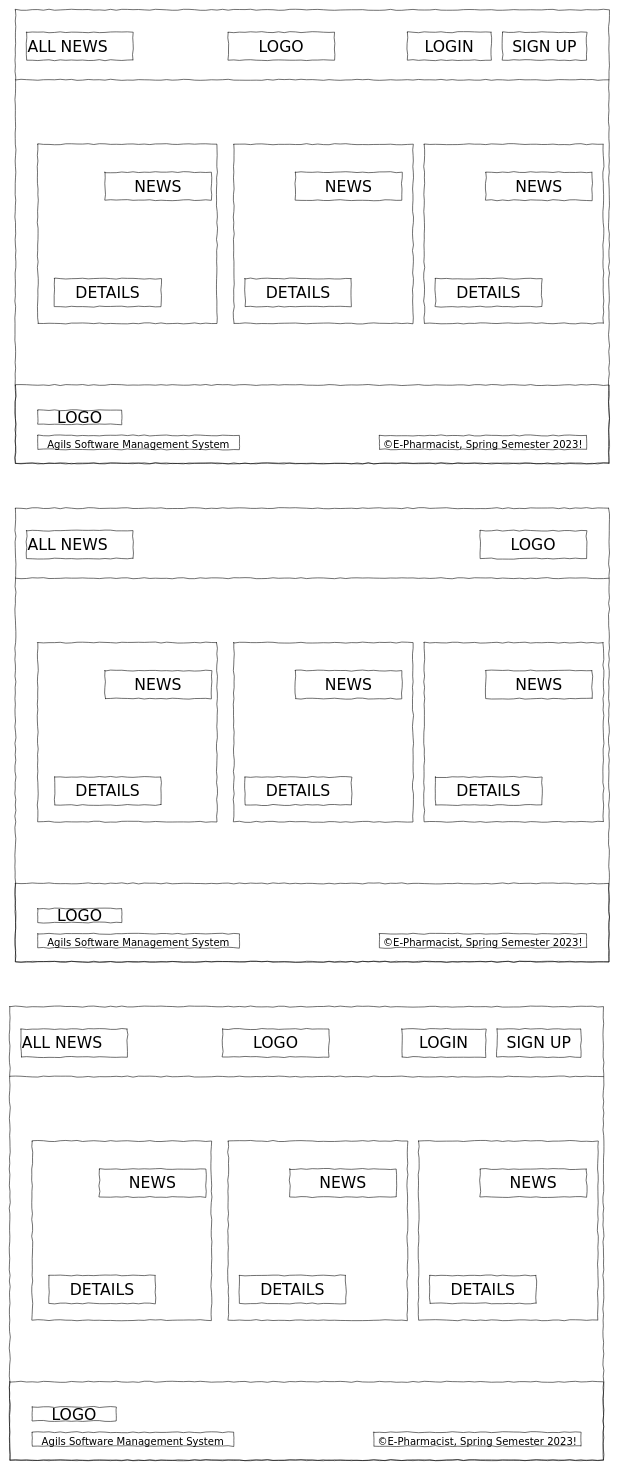
pemachozom/E-Pharmacy keeps this draw.io diagram as WireFrames/wireframe for patients/user .drawio. Above is the earlier version. Source tidied: cells renumbered, new cells numbered last; positions are measured from the earlier drawing's top-left corner, leaving out a move shared by most shapes. Both pictures are drawn from the tidied source at 56%, with x=0, y=0 at pixel (10, 10).
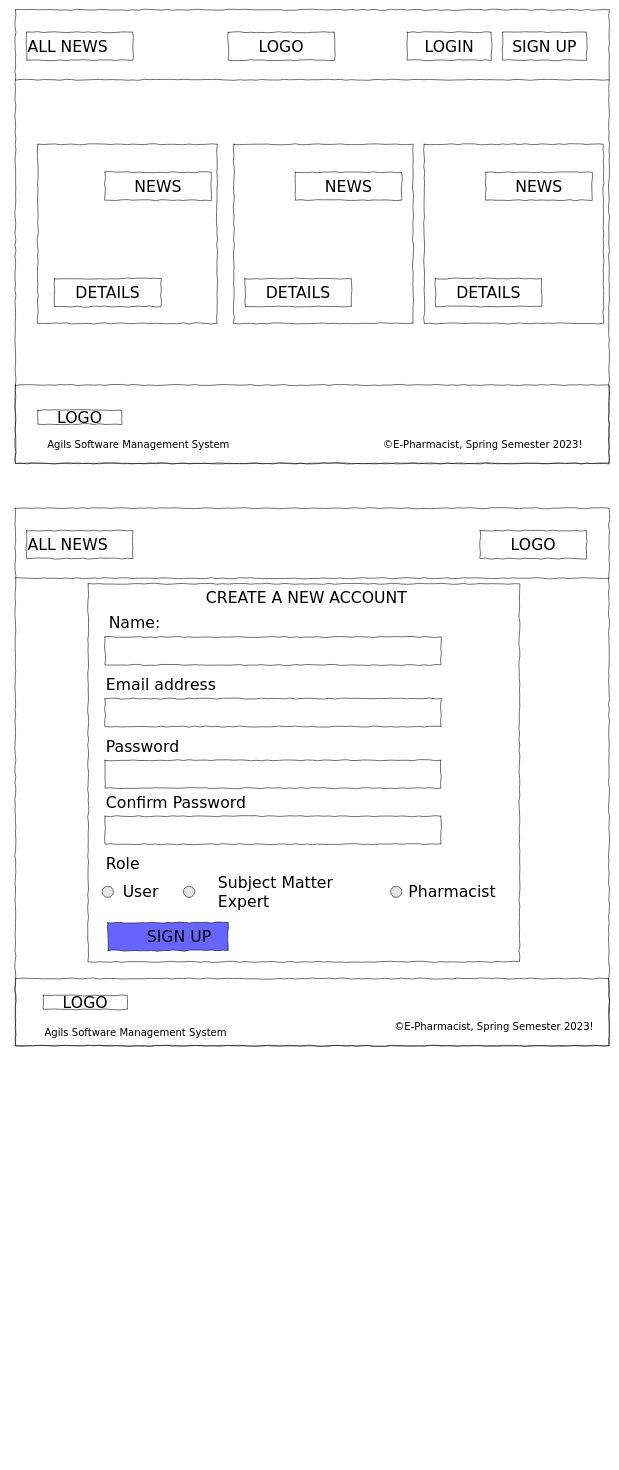
After the change.

Commit message (it also covers changes not shown here):
Update wireframe for patients/user .drawio

The edit, as a diff of the source:
```diff
@@
-    <mxCell id="19" value="&lt;font style=&quot;font-size: 18px;&quot;&gt;Agils Software Management System&lt;/font&gt;" style="whiteSpace=wrap;html=1;rounded=0;shadow=0;labelBackgroundColor=none;strokeWidth=1;fontFamily=Verdana;fontSize=28;align=center;comic=1;" parent="1" vertex="1">
+    <mxCell id="19" value="&lt;font style=&quot;font-size: 18px;&quot;&gt;Agils Software Management System&lt;/font&gt;" style="whiteSpace=wrap;html=1;rounded=0;shadow=0;labelBackgroundColor=none;strokeWidth=1;fontFamily=Verdana;fontSize=28;align=center;comic=1;strokeColor=none;" parent="1" vertex="1">
       <mxGeometry x="50" y="760" width="360" height="25" as="geometry" />
     </mxCell>
-    <mxCell id="20" value="&lt;font style=&quot;font-size: 18px;&quot;&gt;©E-Pharmacist, Spring Semester 2023!&lt;/font&gt;" style="whiteSpace=wrap;html=1;rounded=0;shadow=0;labelBackgroundColor=none;strokeWidth=1;fontFamily=Verdana;fontSize=28;align=center;comic=1;" parent="1" vertex="1">
+    <mxCell id="20" value="&lt;font style=&quot;font-size: 18px;&quot;&gt;©E-Pharmacist, Spring Semester 2023!&lt;/font&gt;" style="whiteSpace=wrap;html=1;rounded=0;shadow=0;labelBackgroundColor=none;strokeWidth=1;fontFamily=Verdana;fontSize=28;align=center;comic=1;strokeColor=none;" parent="1" vertex="1">
       <mxGeometry x="660" y="760" width="370" height="25" as="geometry" />
     </mxCell>
     <mxCell id="21" style="whiteSpace=wrap;html=1;rounded=0;shadow=0;labelBackgroundColor=none;strokeColor=#000000;strokeWidth=1;fillColor=none;fontFamily=Verdana;fontSize=12;fontColor=#000000;align=center;comic=1;" parent="1" vertex="1">
-      <mxGeometry x="10" y="890" width="1060" height="810" as="geometry" />
+      <mxGeometry x="10" y="890" width="1060" height="960" as="geometry" />
     </mxCell>
@@
-    <mxCell id="23" style="whiteSpace=wrap;html=1;rounded=0;shadow=0;labelBackgroundColor=none;strokeWidth=1;fillColor=none;fontFamily=Verdana;fontSize=12;align=center;comic=1;" parent="1" vertex="1">
-      <mxGeometry x="50" y="1130" width="320" height="320" as="geometry" />
-    </mxCell>
@@
     <mxCell id="25" value="&lt;div style=&quot;text-align: justify&quot;&gt;&lt;br&gt;&lt;/div&gt;" style="whiteSpace=wrap;html=1;rounded=0;shadow=0;labelBackgroundColor=none;strokeWidth=1;fillColor=none;fontFamily=Verdana;fontSize=12;align=center;verticalAlign=top;spacing=10;comic=1;" parent="1" vertex="1">
-      <mxGeometry x="10" y="1560" width="1060" height="140" as="geometry" />
+      <mxGeometry x="10" y="1730" width="1060" height="120" as="geometry" />
     </mxCell>
-    <mxCell id="26" style="whiteSpace=wrap;html=1;rounded=0;shadow=0;labelBackgroundColor=none;strokeWidth=1;fillColor=none;fontFamily=Verdana;fontSize=12;align=center;comic=1;" parent="1" vertex="1">
-      <mxGeometry x="740" y="1130" width="320" height="320" as="geometry" />
-    </mxCell>
@@
     <mxCell id="28" style="whiteSpace=wrap;html=1;rounded=0;shadow=0;labelBackgroundColor=none;strokeWidth=1;fillColor=none;fontFamily=Verdana;fontSize=12;align=center;comic=1;" parent="1" vertex="1">
-      <mxGeometry x="400" y="1130" width="320" height="320" as="geometry" />
+      <mxGeometry x="140" y="1025" width="770" height="675" as="geometry" />
     </mxCell>
-    <mxCell id="29" value="NEWS" style="whiteSpace=wrap;html=1;rounded=0;shadow=0;labelBackgroundColor=none;strokeWidth=1;fontFamily=Verdana;fontSize=28;align=center;comic=1;" parent="1" vertex="1">
-      <mxGeometry x="170" y="1180" width="190" height="50" as="geometry" />
-    </mxCell>
-    <mxCell id="30" value="DETAILS" style="whiteSpace=wrap;html=1;rounded=0;shadow=0;labelBackgroundColor=none;strokeWidth=1;fontFamily=Verdana;fontSize=28;align=center;comic=1;" parent="1" vertex="1">
-      <mxGeometry x="80" y="1370" width="190" height="50" as="geometry" />
-    </mxCell>
-    <mxCell id="31" value="NEWS" style="whiteSpace=wrap;html=1;rounded=0;shadow=0;labelBackgroundColor=none;strokeWidth=1;fontFamily=Verdana;fontSize=28;align=center;comic=1;" parent="1" vertex="1">
-      <mxGeometry x="510" y="1180" width="190" height="50" as="geometry" />
+    <mxCell id="31" value="CREATE A NEW ACCOUNT" style="whiteSpace=wrap;html=1;rounded=0;shadow=0;labelBackgroundColor=none;strokeWidth=1;fontFamily=Verdana;fontSize=28;align=center;comic=1;strokeColor=none;" parent="1" vertex="1">
+      <mxGeometry x="270" y="1030" width="520" height="40" as="geometry" />
     </mxCell>
-    <mxCell id="32" value="DETAILS" style="whiteSpace=wrap;html=1;rounded=0;shadow=0;labelBackgroundColor=none;strokeWidth=1;fontFamily=Verdana;fontSize=28;align=center;comic=1;" parent="1" vertex="1">
-      <mxGeometry x="420" y="1370" width="190" height="50" as="geometry" />
-    </mxCell>
-    <mxCell id="33" value="NEWS" style="whiteSpace=wrap;html=1;rounded=0;shadow=0;labelBackgroundColor=none;strokeWidth=1;fontFamily=Verdana;fontSize=28;align=center;comic=1;" parent="1" vertex="1">
-      <mxGeometry x="850" y="1180" width="190" height="50" as="geometry" />
-    </mxCell>
-    <mxCell id="34" value="DETAILS" style="whiteSpace=wrap;html=1;rounded=0;shadow=0;labelBackgroundColor=none;strokeWidth=1;fontFamily=Verdana;fontSize=28;align=center;comic=1;" parent="1" vertex="1">
-      <mxGeometry x="760" y="1370" width="190" height="50" as="geometry" />
-    </mxCell>
     <mxCell id="35" value="LOGO" style="whiteSpace=wrap;html=1;rounded=0;shadow=0;labelBackgroundColor=none;strokeWidth=1;fontFamily=Verdana;fontSize=28;align=center;comic=1;" parent="1" vertex="1">
-      <mxGeometry x="50" y="1605" width="150" height="25" as="geometry" />
+      <mxGeometry x="60" y="1760" width="150" height="25" as="geometry" />
     </mxCell>
-    <mxCell id="36" value="&lt;font style=&quot;font-size: 18px;&quot;&gt;Agils Software Management System&lt;/font&gt;" style="whiteSpace=wrap;html=1;rounded=0;shadow=0;labelBackgroundColor=none;strokeWidth=1;fontFamily=Verdana;fontSize=28;align=center;comic=1;" parent="1" vertex="1">
-      <mxGeometry x="50" y="1650" width="360" height="25" as="geometry" />
+    <mxCell id="36" value="&lt;font style=&quot;font-size: 18px;&quot;&gt;Agils Software Management System&lt;/font&gt;" style="whiteSpace=wrap;html=1;rounded=0;shadow=0;labelBackgroundColor=none;strokeWidth=1;fontFamily=Verdana;fontSize=28;align=center;comic=1;strokeColor=none;" parent="1" vertex="1">
+      <mxGeometry x="45" y="1810" width="360" height="25" as="geometry" />
     </mxCell>
-    <mxCell id="37" value="&lt;font style=&quot;font-size: 18px;&quot;&gt;©E-Pharmacist, Spring Semester 2023!&lt;/font&gt;" style="whiteSpace=wrap;html=1;rounded=0;shadow=0;labelBackgroundColor=none;strokeWidth=1;fontFamily=Verdana;fontSize=28;align=center;comic=1;" parent="1" vertex="1">
-      <mxGeometry x="660" y="1650" width="370" height="25" as="geometry" />
+    <mxCell id="37" value="&lt;font style=&quot;font-size: 18px;&quot;&gt;©E-Pharmacist, Spring Semester 2023!&lt;/font&gt;" style="whiteSpace=wrap;html=1;rounded=0;shadow=0;labelBackgroundColor=none;strokeWidth=1;fontFamily=Verdana;fontSize=28;align=center;comic=1;strokeColor=none;" parent="1" vertex="1">
+      <mxGeometry x="680" y="1800" width="370" height="25" as="geometry" />
     </mxCell>
-    <mxCell id="38" style="whiteSpace=wrap;html=1;rounded=0;shadow=0;labelBackgroundColor=none;strokeColor=#000000;strokeWidth=1;fillColor=none;fontFamily=Verdana;fontSize=12;fontColor=#000000;align=center;comic=1;" parent="1" vertex="1">
-      <mxGeometry y="1780" width="1060" height="810" as="geometry" />
-    </mxCell>
-    <mxCell id="39" value="ALL NEWS" style="whiteSpace=wrap;html=1;rounded=0;shadow=0;labelBackgroundColor=none;strokeWidth=1;fontFamily=Verdana;fontSize=28;align=left;comic=1;" parent="1" vertex="1">
-      <mxGeometry x="20" y="1820" width="190" height="50" as="geometry" />
-    </mxCell>
-    <mxCell id="40" style="whiteSpace=wrap;html=1;rounded=0;shadow=0;labelBackgroundColor=none;strokeWidth=1;fillColor=none;fontFamily=Verdana;fontSize=12;align=center;comic=1;" parent="1" vertex="1">
-      <mxGeometry x="40" y="2020" width="320" height="320" as="geometry" />
-    </mxCell>
-    <mxCell id="41" style="line;strokeWidth=1;html=1;rounded=0;shadow=0;labelBackgroundColor=none;fillColor=none;fontFamily=Verdana;fontSize=14;fontColor=#000000;align=center;comic=1;" parent="1" vertex="1">
-      <mxGeometry y="1900" width="1060" height="10" as="geometry" />
-    </mxCell>
-    <mxCell id="42" value="&lt;div style=&quot;text-align: justify&quot;&gt;&lt;br&gt;&lt;/div&gt;" style="whiteSpace=wrap;html=1;rounded=0;shadow=0;labelBackgroundColor=none;strokeWidth=1;fillColor=none;fontFamily=Verdana;fontSize=12;align=center;verticalAlign=top;spacing=10;comic=1;" parent="1" vertex="1">
-      <mxGeometry y="2450" width="1060" height="140" as="geometry" />
-    </mxCell>
-    <mxCell id="43" style="whiteSpace=wrap;html=1;rounded=0;shadow=0;labelBackgroundColor=none;strokeWidth=1;fillColor=none;fontFamily=Verdana;fontSize=12;align=center;comic=1;" parent="1" vertex="1">
-      <mxGeometry x="730" y="2020" width="320" height="320" as="geometry" />
-    </mxCell>
-    <mxCell id="44" value="LOGO" style="whiteSpace=wrap;html=1;rounded=0;shadow=0;labelBackgroundColor=none;strokeWidth=1;fontFamily=Verdana;fontSize=28;align=center;comic=1;" parent="1" vertex="1">
-      <mxGeometry x="380" y="1820" width="190" height="50" as="geometry" />
-    </mxCell>
+    <mxCell id="57" value="Name:" style="whiteSpace=wrap;html=1;rounded=0;shadow=0;labelBackgroundColor=none;strokeWidth=1;fontFamily=Verdana;fontSize=28;align=left;comic=1;strokeColor=none;" parent="1" vertex="1">
+      <mxGeometry x="175" y="1080" width="110" height="30" as="geometry" />
+    </mxCell>
+    <mxCell id="58" style="whiteSpace=wrap;html=1;rounded=0;shadow=0;labelBackgroundColor=none;strokeWidth=1;fontFamily=Verdana;fontSize=28;align=left;comic=1;" parent="1" vertex="1">
+      <mxGeometry x="170" y="1120" width="600" height="50" as="geometry" />
+    </mxCell>
+    <mxCell id="59" value="Email address" style="whiteSpace=wrap;html=1;rounded=0;shadow=0;labelBackgroundColor=none;strokeWidth=1;fontFamily=Verdana;fontSize=28;align=left;comic=1;strokeColor=none;" parent="1" vertex="1">
+      <mxGeometry x="170" y="1190" width="200" height="30" as="geometry" />
+    </mxCell>
+    <mxCell id="60" style="whiteSpace=wrap;html=1;rounded=0;shadow=0;labelBackgroundColor=none;strokeWidth=1;fontFamily=Verdana;fontSize=28;align=left;comic=1;" parent="1" vertex="1">
+      <mxGeometry x="170" y="1230" width="600" height="50" as="geometry" />
+    </mxCell>
+    <mxCell id="61" value="Password" style="whiteSpace=wrap;html=1;rounded=0;shadow=0;labelBackgroundColor=none;strokeWidth=1;fontFamily=Verdana;fontSize=28;align=left;comic=1;strokeColor=none;" parent="1" vertex="1">
+      <mxGeometry x="170" y="1300" width="110" height="30" as="geometry" />
+    </mxCell>
+    <mxCell id="62" style="whiteSpace=wrap;html=1;rounded=0;shadow=0;labelBackgroundColor=none;strokeWidth=1;fontFamily=Verdana;fontSize=28;align=left;comic=1;" parent="1" vertex="1">
+      <mxGeometry x="170" y="1340" width="600" height="50" as="geometry" />
+    </mxCell>
+    <mxCell id="63" value="Confirm Password" style="whiteSpace=wrap;html=1;rounded=0;shadow=0;labelBackgroundColor=none;strokeWidth=1;fontFamily=Verdana;fontSize=28;align=left;comic=1;strokeColor=none;" parent="1" vertex="1">
+      <mxGeometry x="170" y="1400" width="280" height="30" as="geometry" />
+    </mxCell>
+    <mxCell id="64" style="whiteSpace=wrap;html=1;rounded=0;shadow=0;labelBackgroundColor=none;strokeWidth=1;fontFamily=Verdana;fontSize=28;align=left;comic=1;" parent="1" vertex="1">
+      <mxGeometry x="170" y="1440" width="600" height="50" as="geometry" />
+    </mxCell>
+    <mxCell id="65" value="&lt;font style=&quot;font-size: 28px;&quot;&gt;Role&lt;/font&gt;" style="whiteSpace=wrap;html=1;rounded=0;shadow=0;labelBackgroundColor=none;strokeWidth=1;fontFamily=Verdana;fontSize=28;align=left;comic=1;strokeColor=none;" parent="1" vertex="1">
+      <mxGeometry x="170" y="1510" width="80" height="30" as="geometry" />
+    </mxCell>
-    <mxCell id="45" value="SIGN UP" style="whiteSpace=wrap;html=1;rounded=0;shadow=0;labelBackgroundColor=none;strokeWidth=1;fontFamily=Verdana;fontSize=28;align=center;comic=1;" parent="1" vertex="1">
-      <mxGeometry x="870" y="1820" width="150" height="50" as="geometry" />
+    <mxCell id="45" value="&lt;blockquote style=&quot;margin: 0 0 0 40px; border: none; padding: 0px;&quot;&gt;SIGN UP&lt;/blockquote&gt;" style="whiteSpace=wrap;html=1;rounded=0;shadow=0;labelBackgroundColor=none;strokeWidth=1;fontFamily=Verdana;fontSize=28;align=center;comic=1;fillColor=#6666FF;" parent="1" vertex="1">
+      <mxGeometry x="175" y="1630" width="215" height="50" as="geometry" />
     </mxCell>
-    <mxCell id="46" value="LOGIN" style="whiteSpace=wrap;html=1;rounded=0;shadow=0;labelBackgroundColor=none;strokeWidth=1;fontFamily=Verdana;fontSize=28;align=center;comic=1;" parent="1" vertex="1">
-      <mxGeometry x="700" y="1820" width="150" height="50" as="geometry" />
-    </mxCell>
-    <mxCell id="47" style="whiteSpace=wrap;html=1;rounded=0;shadow=0;labelBackgroundColor=none;strokeWidth=1;fillColor=none;fontFamily=Verdana;fontSize=12;align=center;comic=1;" parent="1" vertex="1">
-      <mxGeometry x="390" y="2020" width="320" height="320" as="geometry" />
-    </mxCell>
-    <mxCell id="48" value="NEWS" style="whiteSpace=wrap;html=1;rounded=0;shadow=0;labelBackgroundColor=none;strokeWidth=1;fontFamily=Verdana;fontSize=28;align=center;comic=1;" parent="1" vertex="1">
-      <mxGeometry x="160" y="2070" width="190" height="50" as="geometry" />
-    </mxCell>
-    <mxCell id="49" value="DETAILS" style="whiteSpace=wrap;html=1;rounded=0;shadow=0;labelBackgroundColor=none;strokeWidth=1;fontFamily=Verdana;fontSize=28;align=center;comic=1;" parent="1" vertex="1">
-      <mxGeometry x="70" y="2260" width="190" height="50" as="geometry" />
-    </mxCell>
-    <mxCell id="50" value="NEWS" style="whiteSpace=wrap;html=1;rounded=0;shadow=0;labelBackgroundColor=none;strokeWidth=1;fontFamily=Verdana;fontSize=28;align=center;comic=1;" parent="1" vertex="1">
-      <mxGeometry x="500" y="2070" width="190" height="50" as="geometry" />
-    </mxCell>
-    <mxCell id="51" value="DETAILS" style="whiteSpace=wrap;html=1;rounded=0;shadow=0;labelBackgroundColor=none;strokeWidth=1;fontFamily=Verdana;fontSize=28;align=center;comic=1;" parent="1" vertex="1">
-      <mxGeometry x="410" y="2260" width="190" height="50" as="geometry" />
-    </mxCell>
-    <mxCell id="52" value="NEWS" style="whiteSpace=wrap;html=1;rounded=0;shadow=0;labelBackgroundColor=none;strokeWidth=1;fontFamily=Verdana;fontSize=28;align=center;comic=1;" parent="1" vertex="1">
-      <mxGeometry x="840" y="2070" width="190" height="50" as="geometry" />
-    </mxCell>
-    <mxCell id="53" value="DETAILS" style="whiteSpace=wrap;html=1;rounded=0;shadow=0;labelBackgroundColor=none;strokeWidth=1;fontFamily=Verdana;fontSize=28;align=center;comic=1;" parent="1" vertex="1">
-      <mxGeometry x="750" y="2260" width="190" height="50" as="geometry" />
-    </mxCell>
-    <mxCell id="54" value="LOGO" style="whiteSpace=wrap;html=1;rounded=0;shadow=0;labelBackgroundColor=none;strokeWidth=1;fontFamily=Verdana;fontSize=28;align=center;comic=1;" parent="1" vertex="1">
-      <mxGeometry x="40" y="2495" width="150" height="25" as="geometry" />
-    </mxCell>
-    <mxCell id="55" value="&lt;font style=&quot;font-size: 18px;&quot;&gt;Agils Software Management System&lt;/font&gt;" style="whiteSpace=wrap;html=1;rounded=0;shadow=0;labelBackgroundColor=none;strokeWidth=1;fontFamily=Verdana;fontSize=28;align=center;comic=1;" parent="1" vertex="1">
-      <mxGeometry x="40" y="2540" width="360" height="25" as="geometry" />
-    </mxCell>
-    <mxCell id="56" value="&lt;font style=&quot;font-size: 18px;&quot;&gt;©E-Pharmacist, Spring Semester 2023!&lt;/font&gt;" style="whiteSpace=wrap;html=1;rounded=0;shadow=0;labelBackgroundColor=none;strokeWidth=1;fontFamily=Verdana;fontSize=28;align=center;comic=1;" parent="1" vertex="1">
-      <mxGeometry x="650" y="2540" width="370" height="25" as="geometry" />
-    </mxCell>
+    <mxCell id="66" value="User" style="whiteSpace=wrap;html=1;rounded=0;shadow=0;labelBackgroundColor=none;strokeWidth=1;fontFamily=Verdana;fontSize=28;align=left;comic=1;strokeColor=none;" parent="1" vertex="1">
+      <mxGeometry x="200" y="1560" width="80" height="30" as="geometry" />
+    </mxCell>
+    <mxCell id="67" value="&lt;font style=&quot;font-size: 28px;&quot;&gt;Subject Matter Expert&lt;/font&gt;" style="whiteSpace=wrap;html=1;rounded=0;shadow=0;labelBackgroundColor=none;strokeWidth=1;fontFamily=Verdana;fontSize=28;align=left;comic=1;strokeColor=none;" parent="1" vertex="1">
+      <mxGeometry x="370" y="1560" width="285" height="30" as="geometry" />
+    </mxCell>
+    <mxCell id="68" value="&lt;font style=&quot;font-size: 28px;&quot;&gt;Pharmacist&lt;/font&gt;" style="whiteSpace=wrap;html=1;rounded=0;shadow=0;labelBackgroundColor=none;strokeWidth=1;fontFamily=Verdana;fontSize=28;align=left;comic=1;strokeColor=none;" parent="1" vertex="1">
+      <mxGeometry x="710" y="1560" width="180" height="30" as="geometry" />
+    </mxCell>
+    <mxCell id="69" style="ellipse;whiteSpace=wrap;html=1;fillColor=#E6E6E6;" parent="1" vertex="1">
+      <mxGeometry x="165" y="1565" width="20" height="20" as="geometry" />
+    </mxCell>
+    <mxCell id="70" style="ellipse;whiteSpace=wrap;html=1;fillColor=#E6E6E6;" parent="1" vertex="1">
+      <mxGeometry x="680" y="1565" width="20" height="20" as="geometry" />
+    </mxCell>
+    <mxCell id="71" style="ellipse;whiteSpace=wrap;html=1;fillColor=#E6E6E6;" parent="1" vertex="1">
+      <mxGeometry x="310" y="1565" width="20" height="20" as="geometry" />
+    </mxCell>
```
